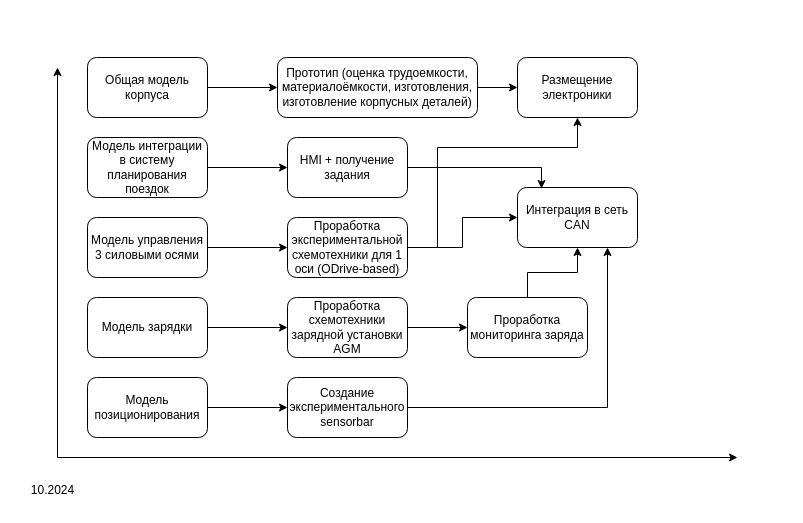
Before: stallboy.drawio in megavad/Diagrams, a draw.io diagram. Source tidied: cells renumbered, new cells numbered last; positions are measured from the earlier drawing's top-left corner, leaving out a move shared by most shapes. Both pictures are drawn from the tidied source at 100%, with x=0, y=0 at pixel (17, 57).
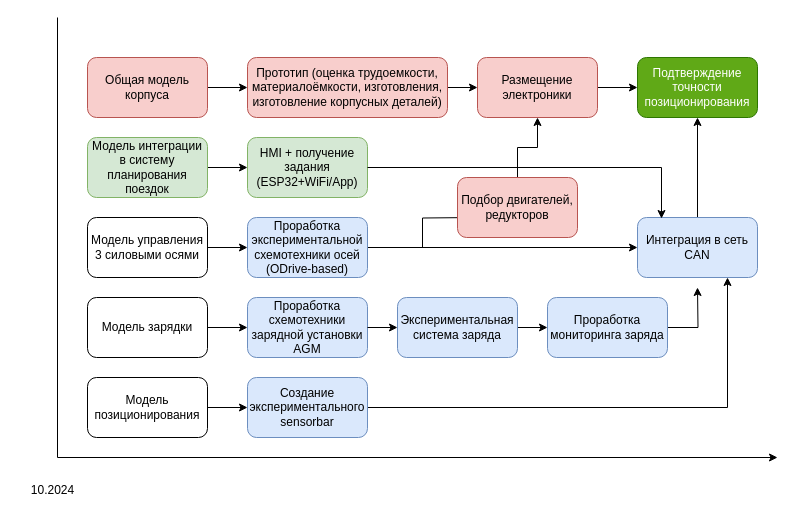
The same page after the edit.

What changed in the source:
```diff
@@
     <mxCell id="2" style="endArrow=classic;html=1;rounded=0;" parent="1" edge="1">
       <mxGeometry relative="1" as="geometry">
         <mxPoint x="40" y="400" as="sourcePoint" />
-        <mxPoint x="720" y="400" as="targetPoint" />
+        <mxPoint x="760" y="400" as="targetPoint" />
       </mxGeometry>
     </mxCell>
-    <mxCell id="3" style="endArrow=classic;html=1;rounded=0;" parent="1" edge="1">
-      <mxGeometry relative="1" as="geometry">
-        <mxPoint x="40" y="400" as="sourcePoint" />
-        <mxPoint x="40" y="10" as="targetPoint" />
-      </mxGeometry>
-    </mxCell>
@@
-    <mxCell id="5" value="Общая модель корпуса" style="rounded=1;whiteSpace=wrap;html=1;" parent="1" vertex="1">
+    <mxCell id="5" value="Общая модель корпуса" style="rounded=1;whiteSpace=wrap;html=1;fillColor=#f8cecc;strokeColor=#b85450;" parent="1" vertex="1">
       <mxGeometry x="70" width="120" height="60" as="geometry" />
     </mxCell>
@@
-    <mxCell id="13" value="Прототип (оценка трудоемкости, материалоёмкости, изготовления, изготовление корпусных деталей)" style="rounded=1;whiteSpace=wrap;html=1;" parent="1" vertex="1">
-      <mxGeometry x="260" width="200" height="60" as="geometry" />
+    <mxCell id="13" value="Прототип (оценка трудоемкости, материалоёмкости, изготовления, изготовление корпусных деталей)" style="rounded=1;whiteSpace=wrap;html=1;fillColor=#f8cecc;strokeColor=#b85450;" parent="1" vertex="1">
+      <mxGeometry x="230" width="200" height="60" as="geometry" />
     </mxCell>
@@
-    <mxCell id="15" style="edgeStyle=orthogonalEdgeStyle;rounded=0;jettySize=auto;html=1;entryX=0.5;entryY=1;entryDx=0;entryDy=0;" parent="1" edge="1" source="16" target="29">
-      <mxGeometry relative="1" as="geometry">
-        <Array as="points">
-          <mxPoint x="420" y="190" />
-          <mxPoint x="420" y="90" />
-          <mxPoint x="560" y="90" />
-        </Array>
-      </mxGeometry>
-    </mxCell>
+    <mxCell id="30" style="edgeStyle=orthogonalEdgeStyle;rounded=0;jettySize=auto;html=1;" parent="1" edge="1" source="16">
+      <mxGeometry relative="1" as="geometry">
+        <mxPoint x="460" y="160" as="targetPoint" />
+      </mxGeometry>
+    </mxCell>
-    <mxCell id="16" value="Проработка экспериментальной&lt;div&gt;схемотехники для 1 оси (ODrive-based)&lt;/div&gt;" style="rounded=1;whiteSpace=wrap;html=1;" parent="1" vertex="1">
-      <mxGeometry x="270" y="160" width="120" height="60" as="geometry" />
+    <mxCell id="16" value="Проработка экспериментальной&lt;div&gt;схемотехники осей (ODrive-based)&lt;/div&gt;" style="rounded=1;whiteSpace=wrap;html=1;fillColor=#dae8fc;strokeColor=#6c8ebf;" parent="1" vertex="1">
+      <mxGeometry x="230" y="160" width="120" height="60" as="geometry" />
     </mxCell>
@@
-    <mxCell id="18" style="edgeStyle=orthogonalEdgeStyle;rounded=0;jettySize=auto;html=1;" parent="1" edge="1" source="19" target="21">
+    <mxCell id="18" style="edgeStyle=orthogonalEdgeStyle;rounded=0;jettySize=auto;html=1;" parent="1" edge="1" source="39" target="21">
       <mxGeometry relative="1" as="geometry" />
     </mxCell>
-    <mxCell id="19" value="Проработка схемотехники зарядной установки AGM" style="rounded=1;whiteSpace=wrap;html=1;" parent="1" vertex="1">
-      <mxGeometry x="270" y="240" width="120" height="60" as="geometry" />
+    <mxCell id="19" value="Проработка схемотехники зарядной установки AGM" style="rounded=1;whiteSpace=wrap;html=1;fillColor=#dae8fc;strokeColor=#6c8ebf;" parent="1" vertex="1">
+      <mxGeometry x="230" y="240" width="120" height="60" as="geometry" />
     </mxCell>
-    <mxCell id="20" style="edgeStyle=orthogonalEdgeStyle;rounded=0;jettySize=auto;html=1;" parent="1" edge="1" source="21" target="24">
-      <mxGeometry relative="1" as="geometry" />
-    </mxCell>
+    <mxCell id="31" style="edgeStyle=orthogonalEdgeStyle;rounded=0;jettySize=auto;html=1;" parent="1" edge="1" source="21">
+      <mxGeometry relative="1" as="geometry">
+        <mxPoint x="680" y="230" as="targetPoint" />
+      </mxGeometry>
+    </mxCell>
-    <mxCell id="21" value="Проработка мониторинга заряда" style="rounded=1;whiteSpace=wrap;html=1;" parent="1" vertex="1">
-      <mxGeometry x="450" y="240" width="120" height="60" as="geometry" />
+    <mxCell id="21" value="Проработка мониторинга заряда" style="rounded=1;whiteSpace=wrap;html=1;fillColor=#dae8fc;strokeColor=#6c8ebf;" parent="1" vertex="1">
+      <mxGeometry x="530" y="240" width="120" height="60" as="geometry" />
     </mxCell>
@@
-    <mxCell id="23" value="Создание экспериментального sensorbar" style="rounded=1;whiteSpace=wrap;html=1;" parent="1" vertex="1">
-      <mxGeometry x="270" y="320" width="120" height="60" as="geometry" />
+    <mxCell id="23" value="Создание экспериментального sensorbar" style="rounded=1;whiteSpace=wrap;html=1;fillColor=#dae8fc;strokeColor=#6c8ebf;" parent="1" vertex="1">
+      <mxGeometry x="230" y="320" width="120" height="60" as="geometry" />
     </mxCell>
+    <mxCell id="32" style="edgeStyle=orthogonalEdgeStyle;rounded=0;jettySize=auto;html=1;entryX=0.5;entryY=1;entryDx=0;entryDy=0;" parent="1" edge="1" source="24" target="37">
+      <mxGeometry relative="1" as="geometry" />
+    </mxCell>
-    <mxCell id="24" value="Интеграция в сеть CAN" style="rounded=1;whiteSpace=wrap;html=1;" parent="1" vertex="1">
-      <mxGeometry x="500" y="130" width="120" height="60" as="geometry" />
+    <mxCell id="24" value="Интеграция в сеть CAN" style="rounded=1;whiteSpace=wrap;html=1;fillColor=#dae8fc;strokeColor=#6c8ebf;" parent="1" vertex="1">
+      <mxGeometry x="620" y="160" width="120" height="60" as="geometry" />
     </mxCell>
@@
-    <mxCell id="26" value="Модель интеграции в систему планирования поездок" style="rounded=1;whiteSpace=wrap;html=1;" parent="1" vertex="1">
+    <mxCell id="26" value="Модель интеграции в систему планирования поездок" style="rounded=1;whiteSpace=wrap;html=1;fillColor=#d5e8d4;strokeColor=#82b366;" parent="1" vertex="1">
       <mxGeometry x="70" y="80" width="120" height="60" as="geometry" />
     </mxCell>
-    <mxCell id="27" value="HMI + получение задания" style="rounded=1;whiteSpace=wrap;html=1;" parent="1" vertex="1">
-      <mxGeometry x="270" y="80" width="120" height="60" as="geometry" />
+    <mxCell id="27" value="HMI + получение задания&lt;div&gt;(ESP32+WiFi/App)&lt;/div&gt;" style="rounded=1;whiteSpace=wrap;html=1;fillColor=#d5e8d4;strokeColor=#82b366;" parent="1" vertex="1">
+      <mxGeometry x="230" y="80" width="120" height="60" as="geometry" />
     </mxCell>
@@
+    <mxCell id="33" style="edgeStyle=orthogonalEdgeStyle;rounded=0;jettySize=auto;html=1;" parent="1" edge="1" source="29" target="37">
+      <mxGeometry relative="1" as="geometry" />
+    </mxCell>
-    <mxCell id="29" value="Размещение электроники" style="rounded=1;whiteSpace=wrap;html=1;" parent="1" vertex="1">
-      <mxGeometry x="500" width="120" height="60" as="geometry" />
+    <mxCell id="29" value="Размещение электроники" style="rounded=1;whiteSpace=wrap;html=1;fillColor=#f8cecc;strokeColor=#b85450;" parent="1" vertex="1">
+      <mxGeometry x="460" width="120" height="60" as="geometry" />
     </mxCell>
+    <mxCell id="34" style="endArrow=none;html=1;rounded=0;" parent="1" edge="1">
+      <mxGeometry relative="1" as="geometry">
+        <mxPoint x="40" y="400" as="sourcePoint" />
+        <mxPoint x="40" y="-40" as="targetPoint" />
+      </mxGeometry>
+    </mxCell>
+    <mxCell id="35" style="edgeStyle=orthogonalEdgeStyle;rounded=0;jettySize=auto;html=1;entryX=0.5;entryY=1;entryDx=0;entryDy=0;" parent="1" edge="1" source="36" target="29">
+      <mxGeometry relative="1" as="geometry" />
+    </mxCell>
+    <mxCell id="36" value="Подбор двигателей, редукторов" style="rounded=1;whiteSpace=wrap;html=1;fillColor=#f8cecc;strokeColor=#b85450;" parent="1" vertex="1">
+      <mxGeometry x="440" y="120" width="120" height="60" as="geometry" />
+    </mxCell>
+    <mxCell id="37" value="Подтверждение точности позиционирования" style="rounded=1;whiteSpace=wrap;html=1;fillColor=#60a917;strokeColor=#2D7600;fontColor=#ffffff;" parent="1" vertex="1">
+      <mxGeometry x="620" width="120" height="60" as="geometry" />
+    </mxCell>
+    <mxCell id="38" style="edgeStyle=orthogonalEdgeStyle;rounded=0;jettySize=auto;html=1;" parent="1" edge="1" source="19" target="39">
+      <mxGeometry relative="1" as="geometry" />
+    </mxCell>
+    <mxCell id="39" value="Экспериментальная система заряда" style="rounded=1;whiteSpace=wrap;html=1;fillColor=#dae8fc;strokeColor=#6c8ebf;" parent="1" vertex="1">
+      <mxGeometry x="380" y="240" width="120" height="60" as="geometry" />
+    </mxCell>
```
